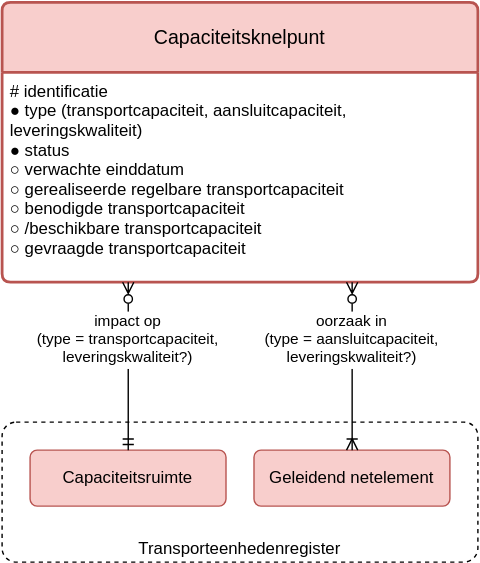
This is registers/capaciteitsknelpuntenregister/1.0/capaciteitsknelpuntenregister.drawio.svg from Netbeheer-Nederland/stelsel, a draw.io export, as it was before one commit. Source tidied: cells renumbered, new cells last; positions are measured from the earlier drawing's top-left corner, leaving out a move shared by most shapes.
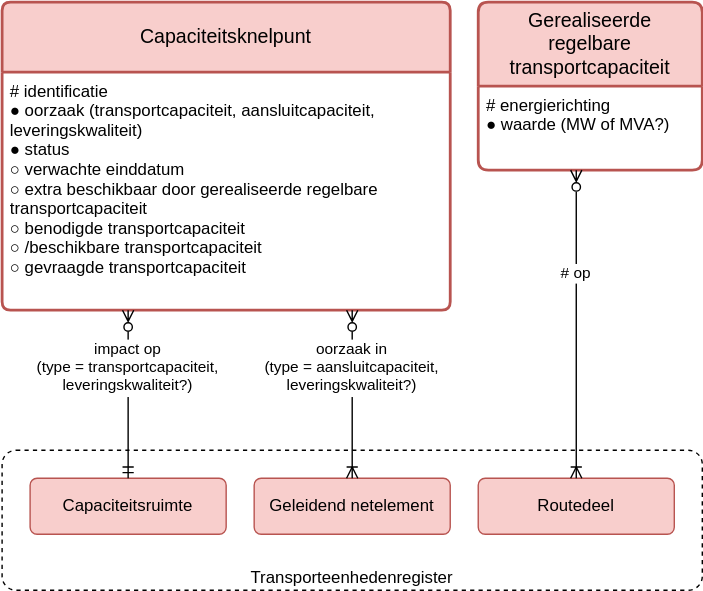
After the commit.

Diff of the diagram source:
```diff
@@ -3,13 +3,13 @@
     <mxCell id="0" />
     <mxCell id="1" parent="0" />
     <mxCell id="2" value="Capaciteitsknelpunt" style="swimlane;horizontal=1;startSize=50;rounded=1;fontSize=14;fontStyle=0;strokeWidth=2;shadow=0;dashed=0;align=center;arcSize=4;whiteSpace=wrap;spacing=10;fillColor=#f8cecc;strokeColor=#b85450;" parent="1" vertex="1">
-      <mxGeometry width="340" height="200" as="geometry" />
+      <mxGeometry y="-20" width="320" height="220" as="geometry" />
     </mxCell>
-    <mxCell id="3" value="# identificatie&#10;● type (transportcapaciteit, aansluitcapaciteit,&#10;   leveringskwaliteit)&#10;● status&#10;○ verwachte einddatum&#10;○ gerealiseerde regelbare transportcapaciteit&#10;○ benodigde transportcapaciteit&#10;○ /beschikbare transportcapaciteit&#10;○ gevraagde transportcapaciteit" style="align=left;strokeColor=none;fillColor=none;spacingLeft=4;fontSize=12;verticalAlign=top;" parent="2" vertex="1">
-      <mxGeometry y="50" width="340" height="150" as="geometry" />
+    <mxCell id="3" value="# identificatie&#10;● oorzaak (transportcapaciteit, aansluitcapaciteit,&#10;   leveringskwaliteit)&#10;● status&#10;○ verwachte einddatum&#10;○ extra beschikbaar door gerealiseerde regelbare&#10;   transportcapaciteit&#10;○ benodigde transportcapaciteit&#10;○ /beschikbare transportcapaciteit&#10;○ gevraagde transportcapaciteit" style="align=left;strokeColor=none;fillColor=none;spacingLeft=4;fontSize=12;verticalAlign=top;" parent="2" vertex="1">
+      <mxGeometry y="50" width="320" height="170" as="geometry" />
     </mxCell>
     <mxCell id="4" value="Transporteenhedenregister" style="rounded=1;whiteSpace=wrap;absoluteArcSize=1;dashed=1;fillColor=default;verticalAlign=bottom;spacingLeft=10;spacingRight=10;" parent="1" vertex="1">
-      <mxGeometry y="300" width="340" height="100" as="geometry" />
+      <mxGeometry y="300" width="500" height="100" as="geometry" />
     </mxCell>
     <mxCell id="5" value="Capaciteitsruimte" style="rounded=1;arcSize=10;whiteSpace=wrap;align=center;absoluteArcSize=1;spacing=10;fillColor=#f8cecc;strokeColor=#b85450;" parent="1" vertex="1">
       <mxGeometry x="20" y="320" width="140" height="40" as="geometry" />
@@ -23,5 +23,17 @@
     <mxCell id="8" value="oorzaak in&#10;(type = aansluitcapaciteit,&#10;leveringskwaliteit?)" style="endArrow=ERoneToMany;edgeStyle=elbowEdgeStyle;endFill=0;startArrow=ERzeroToMany;startFill=0;" parent="1" edge="1" source="2" target="7">
       <mxGeometry x="-0.33" relative="1" as="geometry" />
     </mxCell>
+    <mxCell id="9" value="Gerealiseerde regelbare transportcapaciteit" style="swimlane;horizontal=1;startSize=60;rounded=1;fontSize=14;fontStyle=0;strokeWidth=2;shadow=0;dashed=0;align=center;arcSize=4;whiteSpace=wrap;spacing=10;fillColor=#f8cecc;strokeColor=#b85450;" parent="1" vertex="1">
+      <mxGeometry x="340" y="-20" width="160" height="120" as="geometry" />
+    </mxCell>
+    <mxCell id="10" value="# energierichting&#10;● waarde (MW of MVA?)" style="align=left;strokeColor=none;fillColor=none;spacingLeft=4;fontSize=12;verticalAlign=top;" parent="9" vertex="1">
+      <mxGeometry y="60" width="160" height="60" as="geometry" />
+    </mxCell>
+    <mxCell id="11" value="Routedeel" style="rounded=1;arcSize=10;whiteSpace=wrap;align=center;absoluteArcSize=1;spacing=10;fillColor=#f8cecc;strokeColor=#b85450;" parent="1" vertex="1">
+      <mxGeometry x="340" y="320" width="140" height="40" as="geometry" />
+    </mxCell>
+    <mxCell id="12" value="# op" style="endArrow=ERoneToMany;edgeStyle=elbowEdgeStyle;endFill=0;startArrow=ERzeroToMany;startFill=0;" parent="1" edge="1" source="9" target="11">
+      <mxGeometry x="-0.33" relative="1" as="geometry" />
+    </mxCell>
   </root>
 </mxGraphModel>
```
